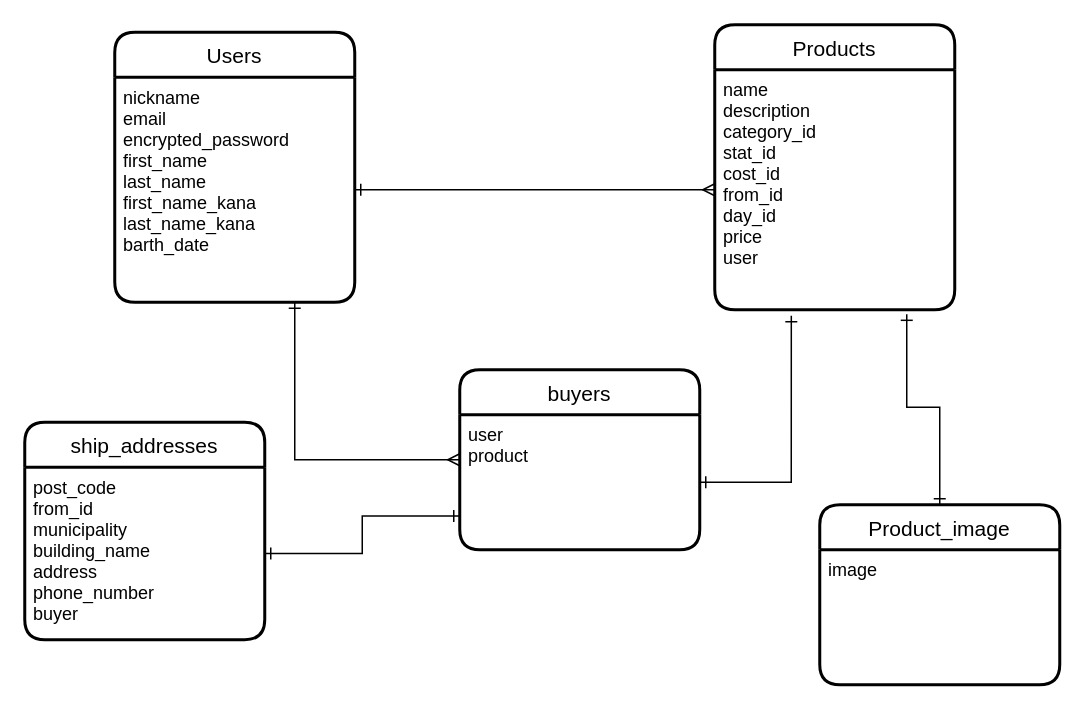
t-willi-28/furima-35545 keeps this draw.io diagram as furima.dio. Above is the earlier version. Source tidied: cells renumbered, new cells numbered last; positions are measured from the earlier drawing's top-left corner, leaving out a move shared by most shapes. Both pictures are drawn from the tidied source at 150%, with x=0, y=0 at pixel (24, 24).
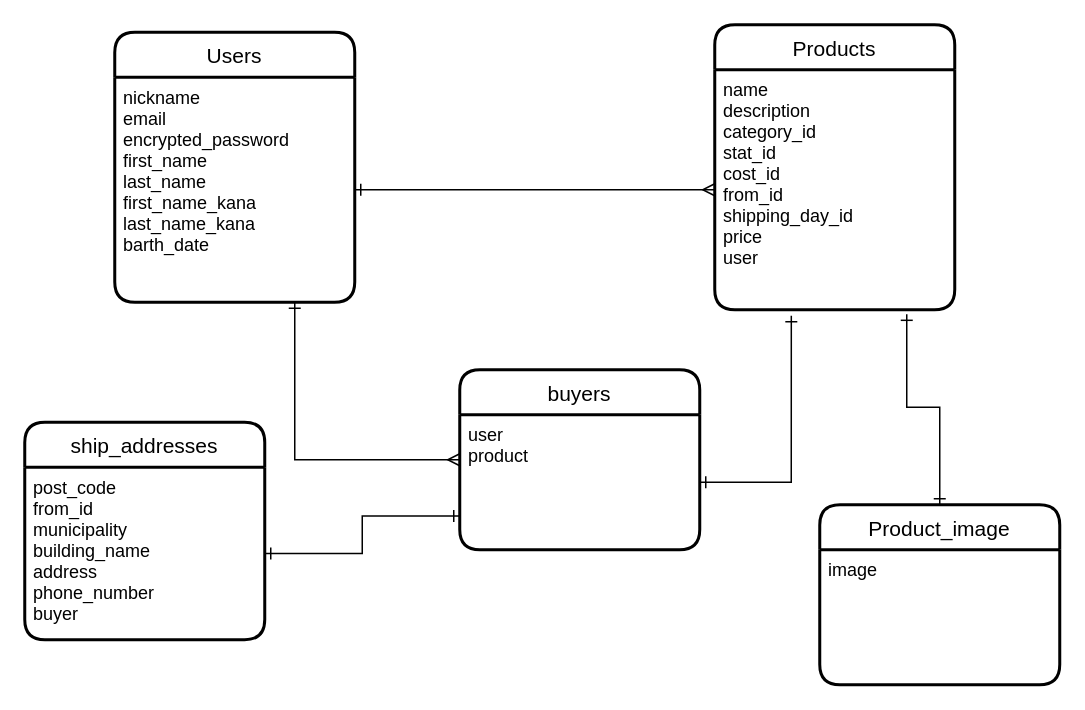
Above is the later version.

Commit message (it also covers changes not shown here):
コメントの修正４

The edit, as a diff of the source:
```diff
@@
 <mxGraphModel>
   <root>
     <mxCell id="0" />
     <mxCell id="1" parent="0" />
     <mxCell id="2" value="Users" style="swimlane;horizontal=1;startSize=30;rounded=1;fontSize=14;fontStyle=0;strokeWidth=2;shadow=0;dashed=0;align=center;" parent="1" vertex="1">
       <mxGeometry x="60" y="5" width="160" height="180" as="geometry" />
     </mxCell>
     <mxCell id="3" value="nickname&#10;email&#10;encrypted_password&#10;first_name&#10;last_name&#10;first_name_kana&#10;last_name_kana&#10;barth_date" style="align=left;strokeColor=none;fillColor=none;spacingLeft=4;fontSize=12;verticalAlign=top;" parent="2" vertex="1">
       <mxGeometry y="30" width="160" height="150" as="geometry" />
     </mxCell>
     <mxCell id="4" value="Products" style="swimlane;horizontal=1;startSize=30;rounded=1;fontSize=14;fontStyle=0;strokeWidth=2;shadow=0;dashed=0;align=center;" parent="1" vertex="1">
       <mxGeometry x="460" width="160" height="190" as="geometry" />
     </mxCell>
-    <mxCell id="5" value="name&#10;description&#10;category_id&#10;stat_id&#10;cost_id&#10;from_id&#10;day_id&#10;price&#10;user" style="align=left;strokeColor=none;fillColor=none;spacingLeft=4;fontSize=12;verticalAlign=top;" parent="4" vertex="1">
+    <mxCell id="5" value="name&#10;description&#10;category_id&#10;stat_id&#10;cost_id&#10;from_id&#10;shipping_day_id&#10;price&#10;user" style="align=left;strokeColor=none;fillColor=none;spacingLeft=4;fontSize=12;verticalAlign=top;" parent="4" vertex="1">
       <mxGeometry y="30" width="160" height="160" as="geometry" />
     </mxCell>
     <mxCell id="6" value="ship_addresses" style="swimlane;horizontal=1;startSize=30;rounded=1;fontSize=14;fontStyle=0;strokeWidth=2;shadow=0;dashed=0;align=center;" parent="1" vertex="1">
       <mxGeometry y="265" width="160" height="145" as="geometry" />
     </mxCell>
     <mxCell id="7" value="post_code&#10;from_id&#10;municipality&#10;building_name&#10;address&#10;phone_number&#10;buyer" style="align=left;strokeColor=none;fillColor=none;spacingLeft=4;fontSize=12;verticalAlign=top;" parent="6" vertex="1">
       <mxGeometry y="30" width="160" height="115" as="geometry" />
     </mxCell>
     <mxCell id="8" value="buyers" style="swimlane;horizontal=1;startSize=30;rounded=1;fontSize=14;fontStyle=0;strokeWidth=2;shadow=0;dashed=0;align=center;" parent="1" vertex="1">
       <mxGeometry x="290" y="230" width="160" height="120" as="geometry" />
     </mxCell>
     <mxCell id="9" value="user&#10;product" style="align=left;strokeColor=none;fillColor=none;spacingLeft=4;fontSize=12;verticalAlign=top;" parent="8" vertex="1">
       <mxGeometry y="30" width="160" height="90" as="geometry" />
     </mxCell>
     <mxCell id="10" style="edgeStyle=orthogonalEdgeStyle;rounded=0;jettySize=auto;html=1;exitX=1;exitY=0.5;exitDx=0;exitDy=0;entryX=0.319;entryY=1.025;entryDx=0;entryDy=0;entryPerimeter=0;endArrow=ERone;endFill=0;startArrow=ERone;startFill=0;" parent="1" edge="1" source="9" target="5">
       <mxGeometry relative="1" as="geometry" />
     </mxCell>
     <mxCell id="11" value="Product_image" style="swimlane;horizontal=1;startSize=30;rounded=1;fontSize=14;fontStyle=0;strokeWidth=2;shadow=0;dashed=0;align=center;" parent="1" vertex="1">
       <mxGeometry x="530" y="320" width="160" height="120" as="geometry" />
     </mxCell>
     <mxCell id="12" value="image" style="align=left;strokeColor=none;fillColor=none;spacingLeft=4;fontSize=12;verticalAlign=top;" parent="11" vertex="1">
       <mxGeometry y="30" width="160" height="90" as="geometry" />
     </mxCell>
     <mxCell id="13" style="edgeStyle=orthogonalEdgeStyle;rounded=0;jettySize=auto;html=1;exitX=0.5;exitY=0;exitDx=0;exitDy=0;entryX=0.8;entryY=1.019;entryDx=0;entryDy=0;entryPerimeter=0;sourcePerimeterSpacing=0;endArrow=ERone;endFill=0;endSize=6;startSize=6;startArrow=ERone;startFill=0;" parent="1" edge="1" source="11" target="5">
       <mxGeometry relative="1" as="geometry" />
     </mxCell>
     <mxCell id="14" style="edgeStyle=orthogonalEdgeStyle;rounded=0;jettySize=auto;html=1;exitX=1;exitY=0.5;exitDx=0;exitDy=0;entryX=0;entryY=0.5;entryDx=0;entryDy=0;startArrow=ERone;startFill=0;startSize=6;sourcePerimeterSpacing=0;endArrow=ERmany;endFill=0;endSize=6;" parent="1" edge="1" source="3" target="5">
       <mxGeometry relative="1" as="geometry" />
     </mxCell>
     <mxCell id="15" style="edgeStyle=orthogonalEdgeStyle;rounded=0;jettySize=auto;html=1;exitX=0.75;exitY=1;exitDx=0;exitDy=0;entryX=0;entryY=0.5;entryDx=0;entryDy=0;startArrow=ERone;startFill=0;startSize=6;sourcePerimeterSpacing=0;endArrow=ERmany;endFill=0;endSize=6;" parent="1" edge="1" source="3" target="8">
       <mxGeometry relative="1" as="geometry" />
     </mxCell>
     <mxCell id="16" style="edgeStyle=orthogonalEdgeStyle;rounded=0;jettySize=auto;html=1;exitX=1;exitY=0.5;exitDx=0;exitDy=0;entryX=0;entryY=0.75;entryDx=0;entryDy=0;startArrow=ERone;startFill=0;endArrow=ERone;endFill=0;" parent="1" edge="1" source="7" target="9">
       <mxGeometry relative="1" as="geometry" />
     </mxCell>
   </root>
 </mxGraphModel>
```
